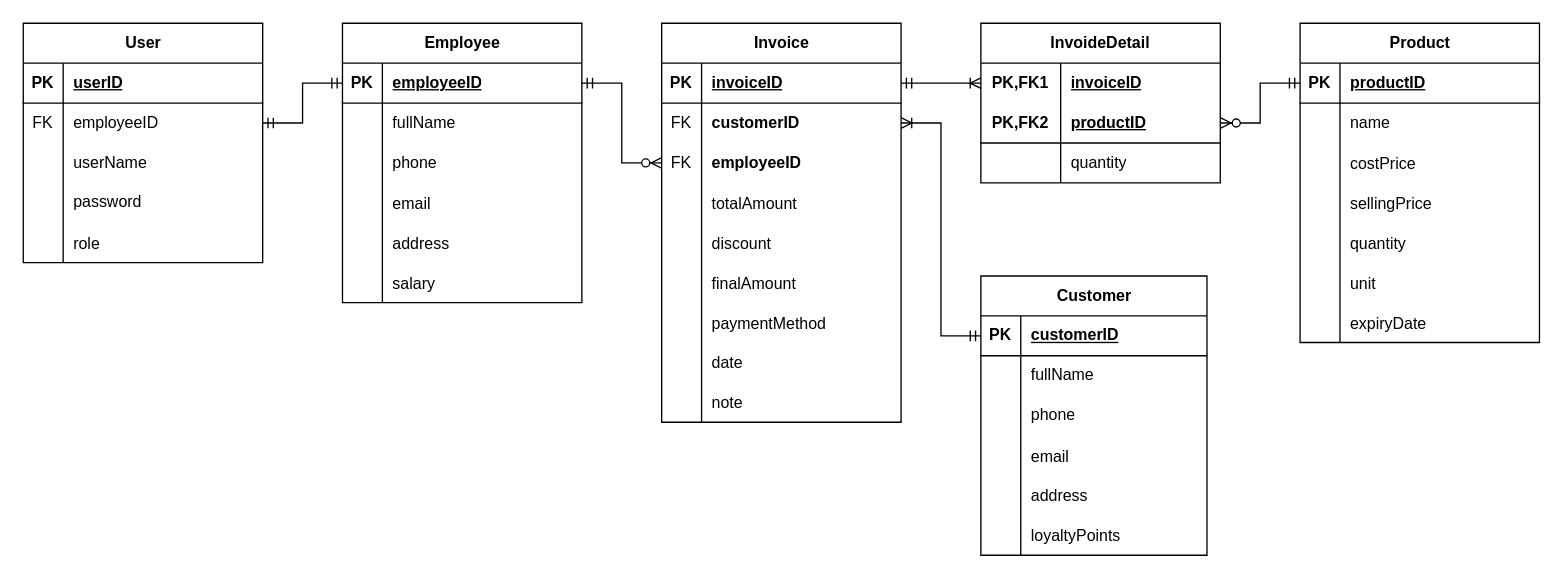
Above: page "Mô hình quan hệ" (2 of 2) of Untitled Diagram.drawio in phandinhngocthangai25/Supermarket_system (draw.io), before the change. Source tidied: cells renumbered, new cells numbered last; positions are measured from the earlier drawing's top-left corner, leaving out a move shared by most shapes. Both pictures are drawn from the tidied source at 133%, with x=0, y=0 at pixel (23, 23).
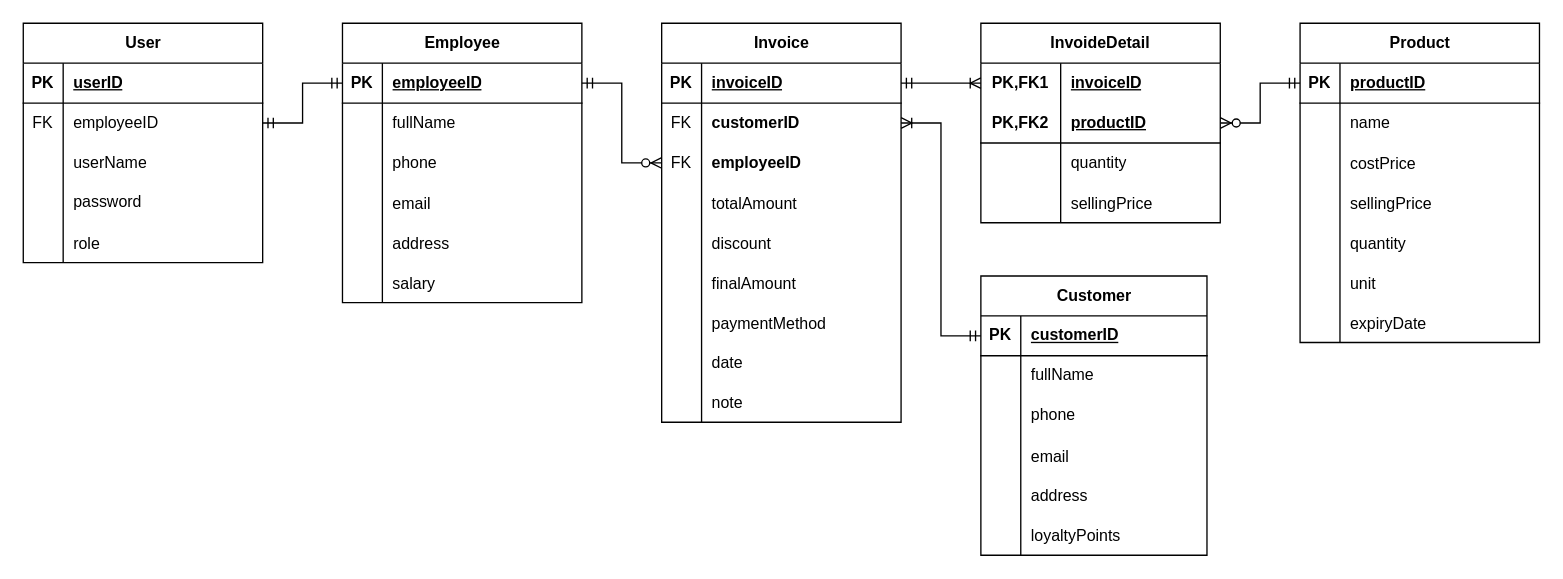
The same diagram, later.

What changed in the source:
```diff
@@
     <mxCell id="111" value="InvoideDetail" style="shape=table;startSize=30;childLayout=tableLayout;rowLines=0;fontStyle=1;align=center;html=1;whiteSpace=wrap;" parent="1" vertex="1">
-      <mxGeometry x="720" width="180" height="120" as="geometry" />
+      <mxGeometry x="720" width="180" height="150" as="geometry" />
     </mxCell>
@@
+    <mxCell id="121" style="shape=tableRow;horizontal=0;startSize=0;swimlaneHead=0;swimlaneBody=0;fillColor=none;top=0;left=0;right=0;bottom=0;" parent="111" vertex="1">
+      <mxGeometry y="120" width="180" height="30" as="geometry" />
+    </mxCell>
+    <mxCell id="122" style="shape=partialRectangle;fillColor=none;top=0;left=0;bottom=0;right=0;overflow=hidden;" parent="121" vertex="1">
+      <mxGeometry width="60" height="30" as="geometry" />
+    </mxCell>
+    <mxCell id="123" value="sellingPrice" style="shape=partialRectangle;fillColor=none;top=0;left=0;bottom=0;right=0;align=left;spacingLeft=6;overflow=hidden;" parent="121" vertex="1">
+      <mxGeometry x="60" width="120" height="30" as="geometry" />
+    </mxCell>
```
